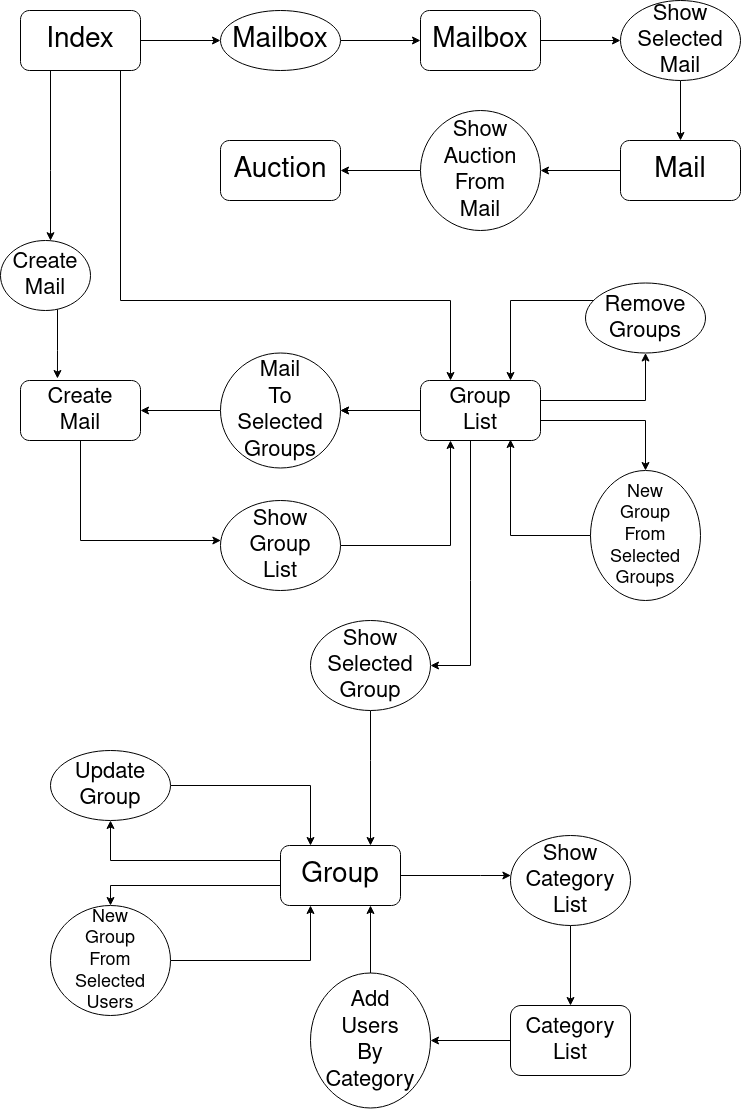
The draw.io diagram model/flowDiagrams/Mails.png in CaroyEdu/eguay, before a commit. Source tidied: cells renumbered, new cells last; positions are measured from the earlier drawing's top-left corner, leaving out a move shared by most shapes.
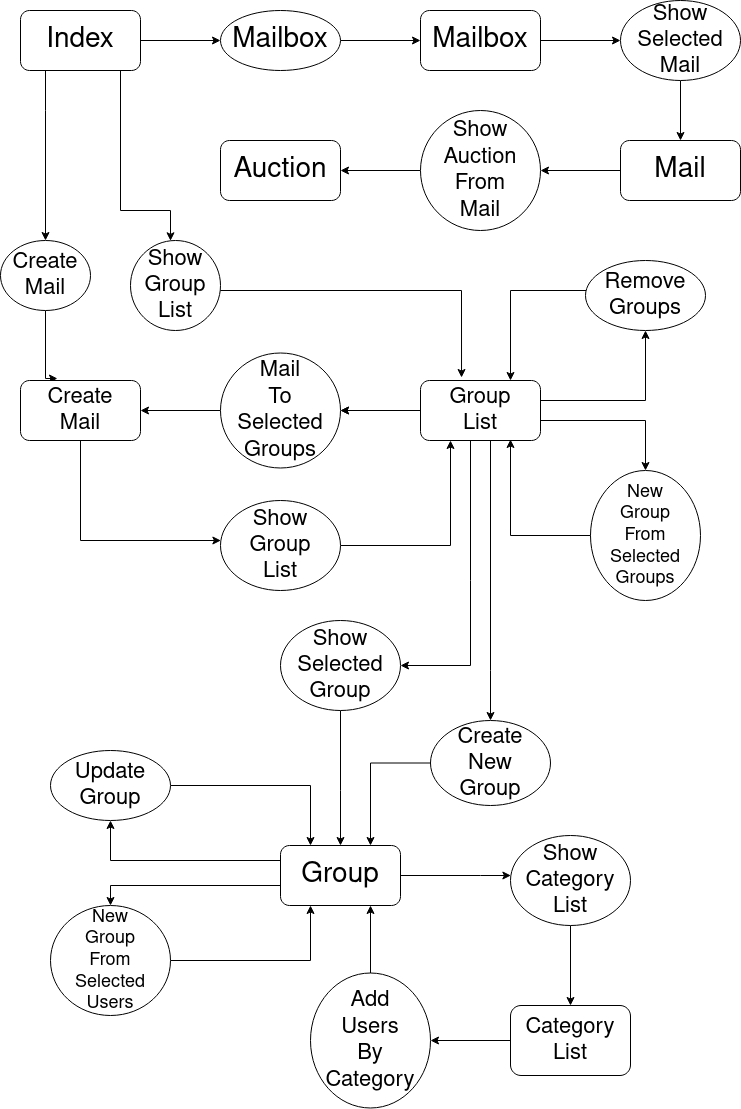
After the commit.

Commit message:
flow diagram updated

Diff of the diagram source:
```diff
@@ -8,11 +8,19 @@
     <mxCell id="3" style="edgeStyle=orthogonalEdgeStyle;rounded=0;jettySize=auto;html=1;fontSize=22;" parent="1" edge="1" source="4" target="17">
       <mxGeometry relative="1" as="geometry">
         <Array as="points">
-          <mxPoint x="50" y="170" />
-          <mxPoint x="50" y="170" />
+          <mxPoint x="45" y="110" />
+          <mxPoint x="45" y="110" />
         </Array>
       </mxGeometry>
     </mxCell>
+    <mxCell id="51" style="edgeStyle=orthogonalEdgeStyle;rounded=0;jettySize=auto;html=1;" parent="1" edge="1" source="4" target="54">
+      <mxGeometry relative="1" as="geometry">
+        <Array as="points">
+          <mxPoint x="120" y="210" />
+          <mxPoint x="170" y="210" />
+        </Array>
+      </mxGeometry>
+    </mxCell>
     <mxCell id="4" value="&lt;div style=&quot;font-size: 28px&quot;&gt;&lt;font style=&quot;font-size: 28px&quot;&gt;Index&lt;/font&gt;&lt;/div&gt;" style="rounded=1;whiteSpace=wrap;html=1;" parent="1" vertex="1">
       <mxGeometry x="20" y="10" width="120" height="60" as="geometry" />
     </mxCell>
@@ -52,8 +60,7 @@
     <mxCell id="16" style="edgeStyle=orthogonalEdgeStyle;rounded=0;jettySize=auto;html=1;fontSize=22;entryX=0.308;entryY=-0.033;entryDx=0;entryDy=0;entryPerimeter=0;" parent="1" edge="1" source="17" target="19">
       <mxGeometry relative="1" as="geometry">
         <Array as="points">
-          <mxPoint x="57" y="350" />
-          <mxPoint x="57" y="350" />
+          <mxPoint x="45" y="378" />
         </Array>
       </mxGeometry>
     </mxCell>
@@ -101,18 +108,26 @@
         </Array>
       </mxGeometry>
     </mxCell>
+    <mxCell id="52" style="edgeStyle=orthogonalEdgeStyle;rounded=0;jettySize=auto;html=1;fontSize=22;" parent="1" edge="1" source="26" target="56">
+      <mxGeometry relative="1" as="geometry">
+        <Array as="points">
+          <mxPoint x="490" y="670" />
+          <mxPoint x="490" y="670" />
+        </Array>
+      </mxGeometry>
+    </mxCell>
     <mxCell id="26" value="&lt;div style=&quot;font-size: 22px&quot;&gt;&lt;font style=&quot;font-size: 22px&quot;&gt;Group&lt;/font&gt;&lt;/div&gt;&lt;div style=&quot;font-size: 22px&quot;&gt;&lt;font style=&quot;font-size: 22px&quot;&gt;List&lt;br&gt;&lt;/font&gt;&lt;/div&gt;" style="whiteSpace=wrap;html=1;rounded=1;" parent="1" vertex="1">
       <mxGeometry x="420" y="380" width="120" height="60" as="geometry" />
     </mxCell>
     <mxCell id="27" style="edgeStyle=orthogonalEdgeStyle;rounded=0;jettySize=auto;html=1;fontSize=22;startArrow=none;startFill=0;endArrow=classic;endFill=1;entryX=0.75;entryY=0;entryDx=0;entryDy=0;" parent="1" edge="1" source="28" target="26">
       <mxGeometry relative="1" as="geometry">
         <Array as="points">
-          <mxPoint x="510" y="300" />
+          <mxPoint x="510" y="290" />
         </Array>
       </mxGeometry>
     </mxCell>
     <mxCell id="28" value="&lt;div&gt;&lt;font style=&quot;font-size: 22px&quot;&gt;Remove&lt;/font&gt;&lt;/div&gt;&lt;div style=&quot;font-size: 22px&quot;&gt;&lt;font style=&quot;font-size: 22px&quot;&gt;Groups&lt;br&gt;&lt;/font&gt;&lt;/div&gt;" style="ellipse;whiteSpace=wrap;html=1;rounded=1;" parent="1" vertex="1">
-      <mxGeometry x="585" y="282.5" width="120" height="70" as="geometry" />
+      <mxGeometry x="585" y="260" width="120" height="70" as="geometry" />
     </mxCell>
     <mxCell id="29" style="edgeStyle=orthogonalEdgeStyle;rounded=0;jettySize=auto;html=1;fontSize=22;startArrow=none;startFill=0;endArrow=classic;endFill=1;entryX=1;entryY=0.5;entryDx=0;entryDy=0;jumpStyle=none;" parent="1" edge="1" source="30" target="19">
       <mxGeometry relative="1" as="geometry" />
@@ -123,16 +138,16 @@
     <mxCell id="31" value="&lt;div style=&quot;font-size: 18px&quot;&gt;&lt;font style=&quot;font-size: 18px&quot;&gt;New&lt;/font&gt;&lt;/div&gt;&lt;div style=&quot;font-size: 18px&quot;&gt;&lt;font style=&quot;font-size: 18px&quot;&gt;Group&lt;/font&gt;&lt;/div&gt;&lt;div style=&quot;font-size: 18px&quot;&gt;&lt;font style=&quot;font-size: 18px&quot;&gt;From&lt;/font&gt;&lt;/div&gt;&lt;div style=&quot;font-size: 18px&quot;&gt;&lt;font style=&quot;font-size: 18px&quot;&gt;Selected&lt;br&gt;&lt;/font&gt;&lt;/div&gt;&lt;div style=&quot;font-size: 18px&quot;&gt;&lt;font style=&quot;font-size: 18px&quot;&gt;Groups&lt;br&gt;&lt;/font&gt;&lt;/div&gt;" style="ellipse;whiteSpace=wrap;html=1;fontSize=22;" parent="1" vertex="1">
       <mxGeometry x="590" y="470" width="110" height="130" as="geometry" />
     </mxCell>
-    <mxCell id="32" style="edgeStyle=orthogonalEdgeStyle;rounded=0;jumpStyle=none;jettySize=auto;html=1;fontSize=22;startArrow=none;startFill=0;endArrow=classic;endFill=1;entryX=0.75;entryY=0;entryDx=0;entryDy=0;" parent="1" edge="1" source="33" target="39">
+    <mxCell id="32" style="edgeStyle=orthogonalEdgeStyle;rounded=0;jumpStyle=none;jettySize=auto;html=1;fontSize=22;startArrow=none;startFill=0;endArrow=classic;endFill=1;entryX=0.5;entryY=0;entryDx=0;entryDy=0;" parent="1" edge="1" source="33" target="39">
       <mxGeometry relative="1" as="geometry">
         <Array as="points">
-          <mxPoint x="370" y="760" />
-          <mxPoint x="370" y="760" />
+          <mxPoint x="340" y="790" />
+          <mxPoint x="340" y="790" />
         </Array>
       </mxGeometry>
     </mxCell>
     <mxCell id="33" value="&lt;div style=&quot;font-size: 22px&quot;&gt;&lt;font style=&quot;font-size: 22px&quot;&gt;Show&lt;/font&gt;&lt;/div&gt;&lt;div style=&quot;font-size: 22px&quot;&gt;&lt;font style=&quot;font-size: 22px&quot;&gt;Selected&lt;/font&gt;&lt;/div&gt;&lt;div style=&quot;font-size: 22px&quot;&gt;&lt;font style=&quot;font-size: 22px&quot;&gt;Group&lt;/font&gt;&lt;/div&gt;" style="ellipse;whiteSpace=wrap;html=1;rounded=1;" parent="1" vertex="1">
-      <mxGeometry x="310" y="620" width="120" height="90" as="geometry" />
+      <mxGeometry x="280" y="620" width="120" height="90" as="geometry" />
     </mxCell>
     <mxCell id="34" style="edgeStyle=orthogonalEdgeStyle;rounded=0;jettySize=auto;html=1;fontSize=22;exitX=1;exitY=0.75;exitDx=0;exitDy=0;entryX=0.5;entryY=0;entryDx=0;entryDy=0;" parent="1" edge="1" source="26" target="31">
       <mxGeometry relative="1" as="geometry">
@@ -217,16 +232,25 @@
     <mxCell id="49" value="&lt;div style=&quot;font-size: 22px&quot;&gt;&lt;font style=&quot;font-size: 22px&quot;&gt;Add&lt;/font&gt;&lt;/div&gt;&lt;div style=&quot;font-size: 22px&quot;&gt;&lt;font style=&quot;font-size: 22px&quot;&gt;Users&lt;br&gt;&lt;/font&gt;&lt;/div&gt;&lt;div style=&quot;font-size: 22px&quot;&gt;&lt;font style=&quot;font-size: 22px&quot;&gt;By&lt;/font&gt;&lt;/div&gt;&lt;div style=&quot;font-size: 22px&quot;&gt;&lt;font style=&quot;font-size: 22px&quot;&gt;Category&lt;/font&gt;&lt;/div&gt;" style="ellipse;whiteSpace=wrap;html=1;rounded=1;" parent="1" vertex="1">
       <mxGeometry x="310" y="972.5" width="120" height="135" as="geometry" />
     </mxCell>
-    <mxCell id="50" style="edgeStyle=orthogonalEdgeStyle;rounded=0;jettySize=auto;html=1;fontSize=22;exitX=0.75;exitY=1;exitDx=0;exitDy=0;" parent="1" edge="1" source="4">
-      <mxGeometry relative="1" as="geometry">
-        <mxPoint x="450" y="380" as="targetPoint" />
-        <Array as="points">
-          <mxPoint x="120" y="70" />
-          <mxPoint x="120" y="300" />
-          <mxPoint x="450" y="300" />
-          <mxPoint x="450" y="380" />
-        </Array>
-      </mxGeometry>
-    </mxCell>
+    <mxCell id="53" style="edgeStyle=orthogonalEdgeStyle;rounded=0;jettySize=auto;html=1;fontSize=22;entryX=0.342;entryY=-0.05;entryDx=0;entryDy=0;entryPerimeter=0;" parent="1" edge="1" source="54" target="26">
+      <mxGeometry relative="1" as="geometry">
+        <Array as="points">
+          <mxPoint x="461" y="290" />
+        </Array>
+      </mxGeometry>
+    </mxCell>
+    <mxCell id="54" value="&lt;div style=&quot;font-size: 22px&quot;&gt;&lt;font style=&quot;font-size: 22px&quot;&gt;Show&lt;/font&gt;&lt;/div&gt;&lt;div style=&quot;font-size: 22px&quot;&gt;&lt;font style=&quot;font-size: 22px&quot;&gt;Group&lt;/font&gt;&lt;/div&gt;&lt;div style=&quot;font-size: 22px&quot;&gt;&lt;font style=&quot;font-size: 22px&quot;&gt;List&lt;br&gt;&lt;/font&gt;&lt;/div&gt;" style="ellipse;whiteSpace=wrap;html=1;rounded=1;" parent="1" vertex="1">
+      <mxGeometry x="130" y="240" width="90" height="90" as="geometry" />
+    </mxCell>
+    <mxCell id="55" style="edgeStyle=orthogonalEdgeStyle;rounded=0;jettySize=auto;html=1;fontSize=22;entryX=0.75;entryY=0;entryDx=0;entryDy=0;exitX=0;exitY=0.5;exitDx=0;exitDy=0;" parent="1" edge="1" source="56" target="39">
+      <mxGeometry relative="1" as="geometry">
+        <Array as="points">
+          <mxPoint x="370" y="763" />
+        </Array>
+      </mxGeometry>
+    </mxCell>
+    <mxCell id="56" value="&lt;div style=&quot;font-size: 22px&quot;&gt;&lt;font style=&quot;font-size: 22px&quot;&gt;Create&lt;/font&gt;&lt;/div&gt;&lt;div style=&quot;font-size: 22px&quot;&gt;&lt;font style=&quot;font-size: 22px&quot;&gt;New&lt;/font&gt;&lt;/div&gt;&lt;div style=&quot;font-size: 22px&quot;&gt;&lt;font style=&quot;font-size: 22px&quot;&gt;Group&lt;/font&gt;&lt;/div&gt;" style="ellipse;whiteSpace=wrap;html=1;rounded=1;" parent="1" vertex="1">
+      <mxGeometry x="430" y="720" width="120" height="85" as="geometry" />
+    </mxCell>
   </root>
 </mxGraphModel>
```
